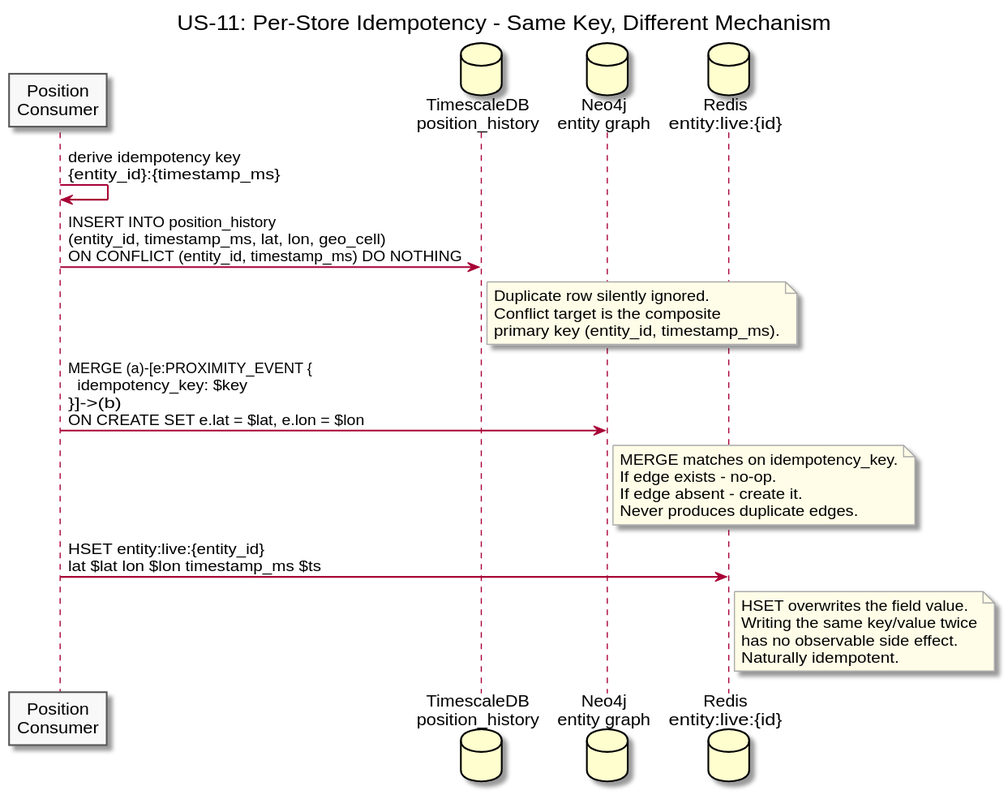
Before: diagrams/docs/use-cases/US-11-idempotent-writes/per-store-idempotency.svg, a diagram exported from PlantUML (Buffden/sentinel). Source of this version:
```plantuml
@startuml per-store-idempotency
title US-11: Per-Store Idempotency - Same Key, Different Mechanism

skinparam sequenceArrowThickness 1.5
skinparam participantBorderColor #555555
skinparam participantBackgroundColor #F8F8F8
skinparam noteBorderColor #AAAAAA
skinparam noteBackgroundColor #FFFDE7

participant "Position\nConsumer" as Consumer
database "TimescaleDB\nposition_history" as TSDB
database "Neo4j\nentity graph" as Neo4j
database "Redis\nentity:live:{id}" as Redis

Consumer -> Consumer : derive idempotency key\n{entity_id}:{timestamp_ms}

Consumer -> TSDB : INSERT INTO position_history\n(entity_id, timestamp_ms, lat, lon, geo_cell)\nON CONFLICT (entity_id, timestamp_ms) DO NOTHING

note right of TSDB
  Duplicate row silently ignored.
  Conflict target is the composite
  primary key (entity_id, timestamp_ms).
end note

Consumer -> Neo4j : MERGE (a)-[e:PROXIMITY_EVENT {\n  idempotency_key: $key\n}]->(b)\nON CREATE SET e.lat = $lat, e.lon = $lon

note right of Neo4j
  MERGE matches on idempotency_key.
  If edge exists - no-op.
  If edge absent - create it.
  Never produces duplicate edges.
end note

Consumer -> Redis : HSET entity:live:{entity_id}\nlat $lat lon $lon timestamp_ms $ts

note right of Redis
  HSET overwrites the field value.
  Writing the same key/value twice
  has no observable side effect.
  Naturally idempotent.
end note

@enduml
```
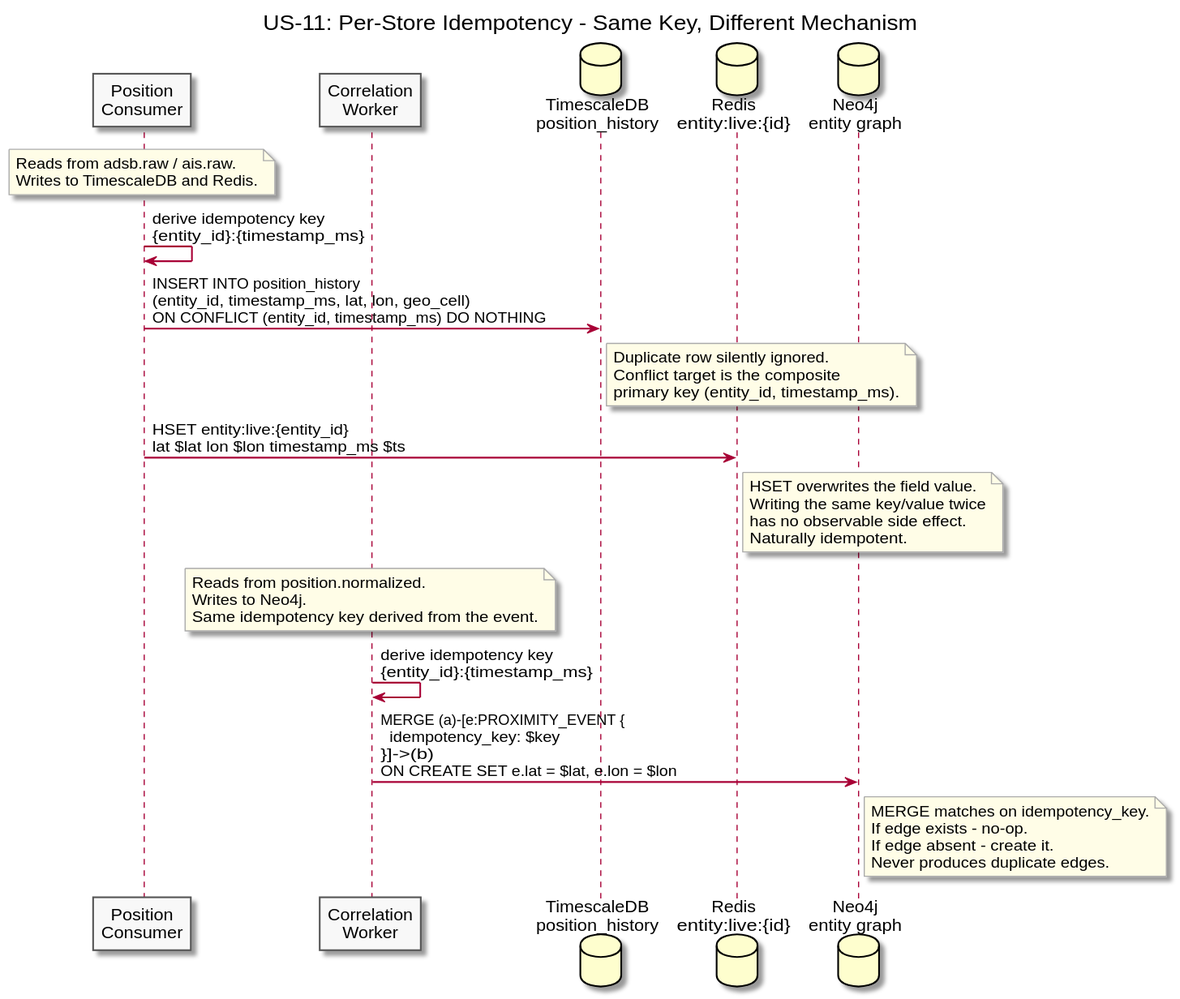
The same file after the commit.

The edit, as a diff of the source:
```diff
@@ -7,14 +7,20 @@
 skinparam noteBorderColor #AAAAAA
 skinparam noteBackgroundColor #FFFDE7
 
-participant "Position\nConsumer" as Consumer
+participant "Position\nConsumer" as PosConsumer
+participant "Correlation\nWorker" as CorrWorker
 database "TimescaleDB\nposition_history" as TSDB
+database "Redis\nentity:live:{id}" as Redis
 database "Neo4j\nentity graph" as Neo4j
-database "Redis\nentity:live:{id}" as Redis
 
-Consumer -> Consumer : derive idempotency key\n{entity_id}:{timestamp_ms}
+note over PosConsumer
+  Reads from adsb.raw / ais.raw.
+  Writes to TimescaleDB and Redis.
+end note
 
-Consumer -> TSDB : INSERT INTO position_history\n(entity_id, timestamp_ms, lat, lon, geo_cell)\nON CONFLICT (entity_id, timestamp_ms) DO NOTHING
+PosConsumer -> PosConsumer : derive idempotency key\n{entity_id}:{timestamp_ms}
+
+PosConsumer -> TSDB : INSERT INTO position_history\n(entity_id, timestamp_ms, lat, lon, geo_cell)\nON CONFLICT (entity_id, timestamp_ms) DO NOTHING
 
 note right of TSDB
   Duplicate row silently ignored.
@@ -22,7 +28,24 @@
   primary key (entity_id, timestamp_ms).
 end note
 
-Consumer -> Neo4j : MERGE (a)-[e:PROXIMITY_EVENT {\n  idempotency_key: $key\n}]->(b)\nON CREATE SET e.lat = $lat, e.lon = $lon
+PosConsumer -> Redis : HSET entity:live:{entity_id}\nlat $lat lon $lon timestamp_ms $ts
+
+note right of Redis
+  HSET overwrites the field value.
+  Writing the same key/value twice
+  has no observable side effect.
+  Naturally idempotent.
+end note
+
+note over CorrWorker
+  Reads from position.normalized.
+  Writes to Neo4j.
+  Same idempotency key derived from the event.
+end note
+
+CorrWorker -> CorrWorker : derive idempotency key\n{entity_id}:{timestamp_ms}
+
+CorrWorker -> Neo4j : MERGE (a)-[e:PROXIMITY_EVENT {\n  idempotency_key: $key\n}]->(b)\nON CREATE SET e.lat = $lat, e.lon = $lon
 
 note right of Neo4j
   MERGE matches on idempotency_key.
@@ -31,13 +54,4 @@
   Never produces duplicate edges.
 end note
 
-Consumer -> Redis : HSET entity:live:{entity_id}\nlat $lat lon $lon timestamp_ms $ts
-
-note right of Redis
-  HSET overwrites the field value.
-  Writing the same key/value twice
-  has no observable side effect.
-  Naturally idempotent.
-end note
-
 @enduml
```
